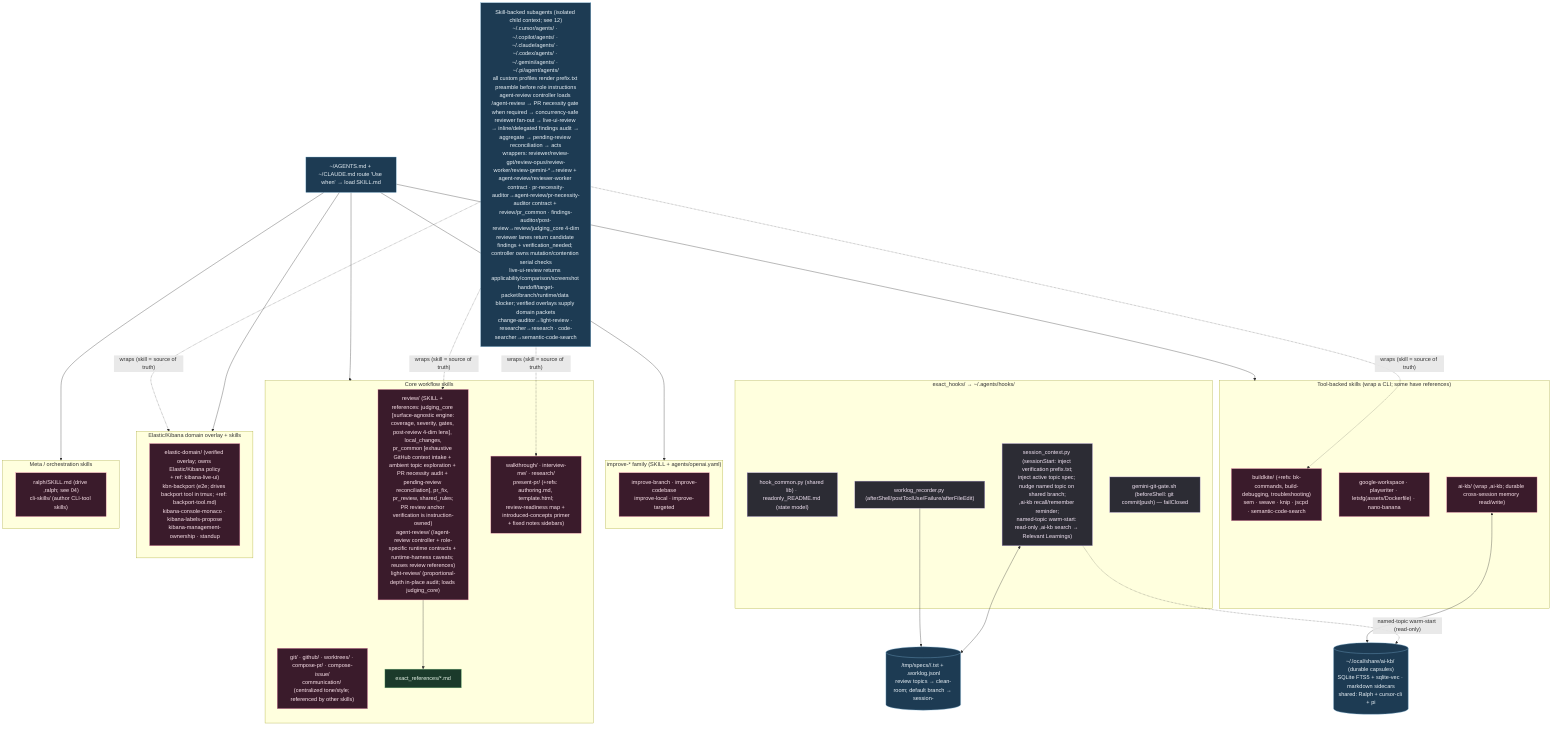
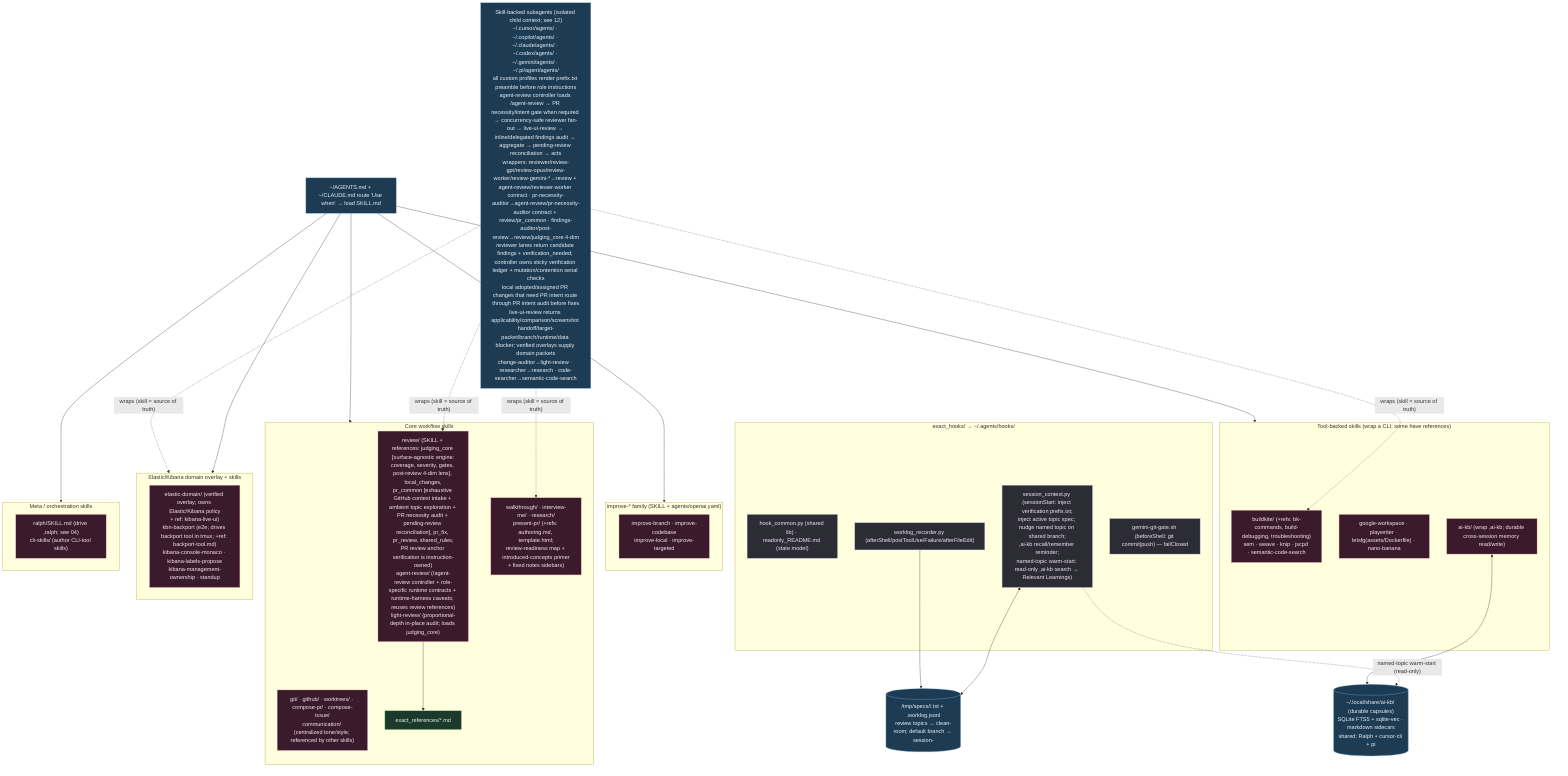
%% ============================================================================
%% 03b-agent-skills-hooks.mmd — Every file under home/exact_dot_agents/ (67).
%% Skills → ~/.agents/skills/ (intent-routed SKILL.md). Shared hooks → ~/.agents/hooks/.
%% ============================================================================
flowchart TB
    classDef skill fill:#3a1b2b,stroke:#f48fb1,color:#fce4ec;
    classDef hook fill:#2c2c34,stroke:#b39ddb,color:#f3e5f5;
    classDef ref fill:#1b3a2b,stroke:#81c784,color:#e8f5e9;
    classDef data fill:#1d3b53,stroke:#7fb3d5,color:#eaf2f8;

    subgraph HOOKS["exact_hooks/ → ~/.agents/hooks/"]
        HC["hook_common.py (shared lib) · readonly_README.md (state model)"]:::hook
        SCx["session_context.py (sessionStart: inject verification prefix.txt;<br/>inject active topic spec; nudge named topic on shared branch;<br/>,ai-kb recall/remember reminder;<br/>named-topic warm-start: read-only ,ai-kb search → Relevant Learnings)"]:::hook
        WLx["worklog_recorder.py (afterShell/postToolUse/Failure/afterFileEdit)"]:::hook
        GG["gemini-git-gate.sh (beforeShell: git commit|push) — failClosed"]:::hook
    end

    MEM[("/tmp/specs/<pwd>/<topic>.txt + .worklog.jsonl<br/>review topics → clean-room; default branch → session-<id>")]:::data
    SCx <--> MEM
    WLx --> MEM

    KBDB[("~/.local/share/ai-kb/ (durable capsules)<br/>SQLite FTS5 + sqlite-vec · markdown sidecars<br/>shared: Ralph + cursor-cli + pi")]:::data
    SCx -. "named-topic warm-start (read-only)" .-> KBDB

    subgraph CORE["Core workflow skills"]
        S1["review/ (SKILL + references: judging_core [surface-agnostic engine:<br/>coverage, severity, gates, post-review 4-dim lens], local_changes,<br/>pr_common [exhaustive GitHub context intake + ambient topic exploration + PR necessity audit + pending-review reconciliation], pr_fix, pr_review, shared_rules;<br/>PR review anchor verification is instruction-owned)<br/>agent-review/ (/agent-review controller + role-specific runtime contracts + runtime-harness caveats; reuses review references)<br/>light-review/ (proportional-depth in-place audit; loads judging_core)"]:::skill
        S2["git/ · github/ · worktrees/ · compose-pr/ · compose-issue/<br/>communication/ (centralized tone/style; referenced by other skills)"]:::skill
        S3["walkthrough/ · interview-me/ · research/<br/>present-pr/ (+refs: authoring.md, template.html;<br/>review-readiness map + introduced-concepts primer<br/>+ fixed notes sidebars)"]:::skill
        S1 --> R1["exact_references/*.md"]:::ref
    end

    subgraph IMPROVE["improve-* family (SKILL + agents/openai.yaml)"]
        S4["improve-branch · improve-codebase<br/>improve-local · improve-targeted"]:::skill
    end

    subgraph TOOLS["Tool-backed skills (wrap a CLI; some have references)"]
        S5["buildkite/ (+refs: bk-commands, build-debugging, troubleshooting)<br/>sem · weave · knip · jscpd · semantic-code-search"]:::skill
        S6["google-workspace · playwriter · letsfg(assets/Dockerfile) · nano-banana"]:::skill
        S7["ai-kb/ (wrap ,ai-kb; durable cross-session memory read/write)"]:::skill
    end

    subgraph KBN["Elastic/Kibana domain overlay + skills"]
        S8["elastic-domain/ (verified overlay; owns Elastic/Kibana policy<br/>+ ref: kibana-live-ui)<br/>kbn-backport (e2e; drives backport tool in tmux; +ref: backport-tool.md)<br/>kibana-console-monaco · kibana-labels-propose<br/>kibana-management-ownership · standup"]:::skill
    end

    subgraph META["Meta / orchestration skills"]
        S9["ralph/SKILL.md (drive ,ralph; see 04)<br/>cli-skills/ (author CLI-tool skills)"]:::skill
    end

    SOPS["~/AGENTS.md + ~/CLAUDE.md route 'Use when' → load SKILL.md"]:::data
    SOPS --> CORE & IMPROVE & TOOLS & KBN & META
    S7 <--> KBDB

-     SUBA["Skill-backed subagents (isolated child context; see 12)<br/>~/.cursor/agents/ · ~/.copilot/agents/ · ~/.claude/agents/ · ~/.codex/agents/ · ~/.gemini/agents/ · ~/.pi/agent/agents/<br/>all custom profiles render prefix.txt preamble before role instructions<br/>agent-review controller loads /agent-review → PR necessity gate when required → concurrency-safe reviewer fan-out → live-ui-review → inline/delegated findings audit → aggregate → pending-review reconciliation → acts<br/>wrappers: reviewer/review-gpt/review-opus/review-worker/review-gemini-*→review + agent-review/reviewer-worker contract · pr-necessity-auditor→agent-review/pr-necessity-auditor contract + review/pr_common · findings-auditor/post-review→review/judging_core 4-dim<br/>reviewer lanes return candidate findings + verification_needed; controller owns mutation/contention serial checks<br/>live-ui-review returns applicability/comparison/screenshot handoff/target-packet/branch/runtime/data blocker; verified overlays supply domain packets<br/>change-auditor→light-review · researcher→research · code-searcher→semantic-code-search"]:::data
+     SUBA["Skill-backed subagents (isolated child context; see 12)<br/>~/.cursor/agents/ · ~/.copilot/agents/ · ~/.claude/agents/ · ~/.codex/agents/ · ~/.gemini/agents/ · ~/.pi/agent/agents/<br/>all custom profiles render prefix.txt preamble before role instructions<br/>agent-review controller loads /agent-review → PR necessity/intent gate when required → concurrency-safe reviewer fan-out → live-ui-review → inline/delegated findings audit → aggregate → pending-review reconciliation → acts<br/>wrappers: reviewer/review-gpt/review-opus/review-worker/review-gemini-*→review + agent-review/reviewer-worker contract · pr-necessity-auditor→agent-review/pr-necessity-auditor contract + review/pr_common · findings-auditor/post-review→review/judging_core 4-dim<br/>reviewer lanes return candidate findings + verification_needed; controller owns sticky verification ledger + mutation/contention serial checks<br/>local adopted/assigned PR changes that need PR intent route through PR intent audit before fixes<br/>live-ui-review returns applicability/comparison/screenshot handoff/target-packet/branch/runtime/data blocker; verified overlays supply domain packets<br/>change-auditor→light-review · researcher→research · code-searcher→semantic-code-search"]:::data
    SUBA -.->|"wraps (skill = source of truth)"| S1 & S3 & S5 & KBN
